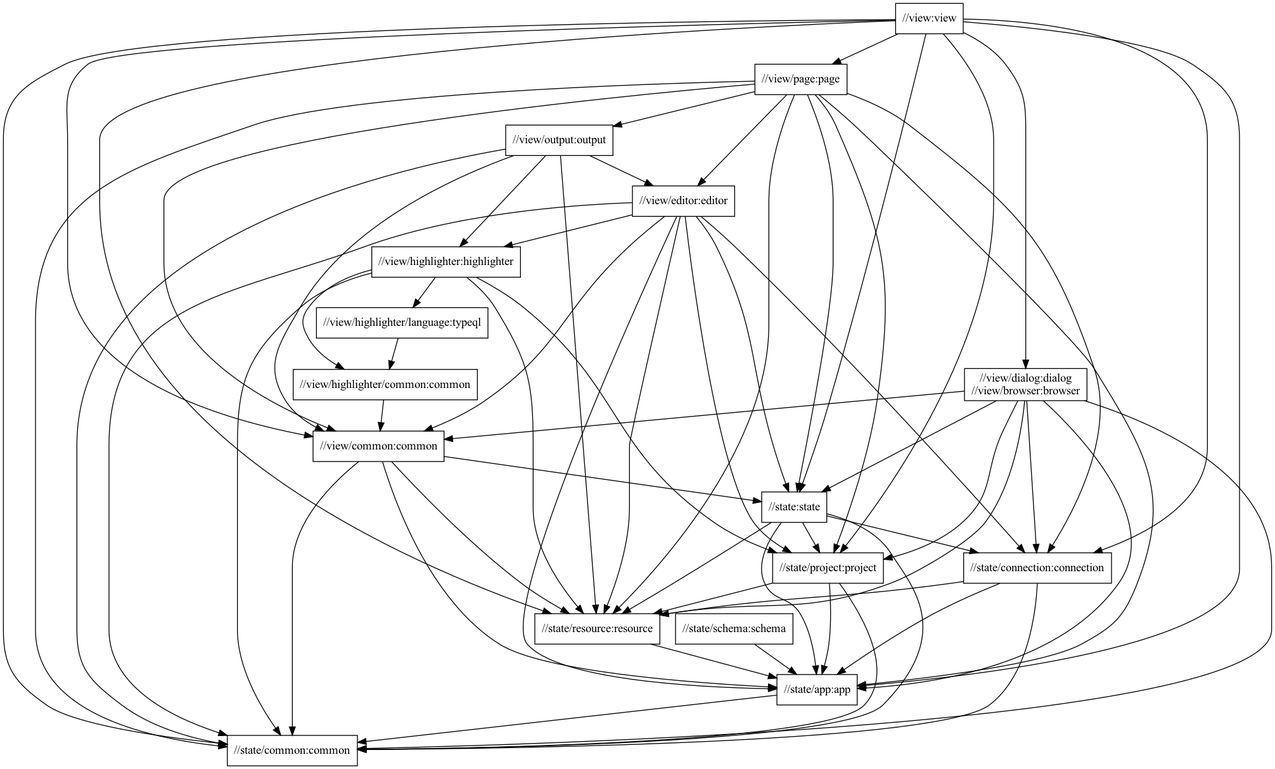
This is docs/global-package-structure.png from typedb/typedb-studio, a Graphviz export, as it was before one commit. Its source is kept beside it as docs/global-package-structure.dot.
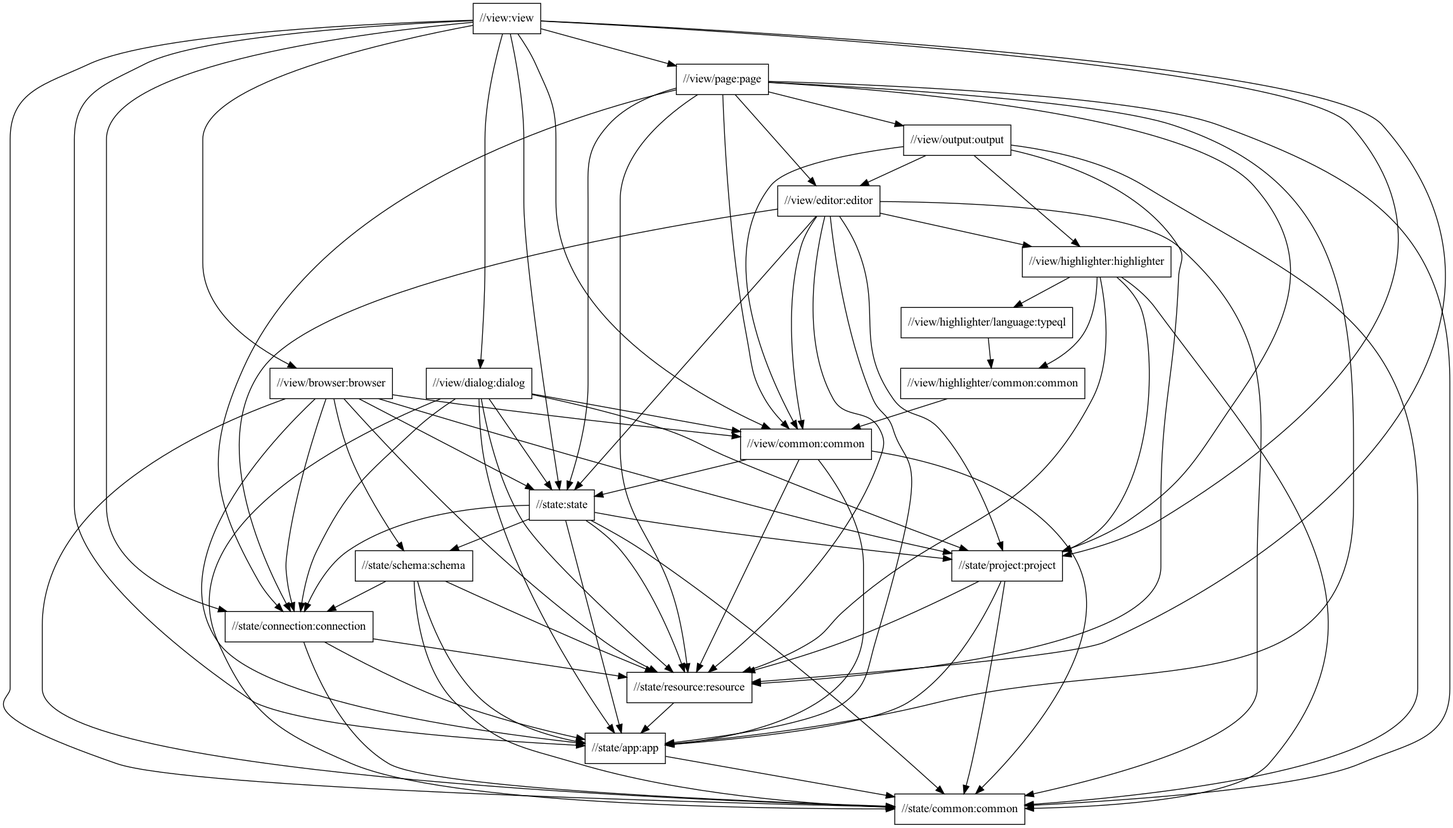
Above is the later version.

Change to the diagram source:
```diff
@@ -1,7 +1,5 @@
 digraph mygraph {
   node [shape=box];
-  "//state/schema:schema"
-  "//state/schema:schema" -> "//state/app:app"
   "//view:view"
   "//view:view" -> "//state:state"
   "//view:view" -> "//state/app:app"
@@ -9,9 +7,27 @@
   "//view:view" -> "//state/connection:connection"
   "//view:view" -> "//state/project:project"
   "//view:view" -> "//state/resource:resource"
-  "//view:view" -> "//view/dialog:dialog\n//view/browser:browser"
+  "//view:view" -> "//view/browser:browser"
   "//view:view" -> "//view/common:common"
+  "//view:view" -> "//view/dialog:dialog"
   "//view:view" -> "//view/page:page"
+  "//view/dialog:dialog"
+  "//view/dialog:dialog" -> "//state:state"
+  "//view/dialog:dialog" -> "//state/app:app"
+  "//view/dialog:dialog" -> "//state/common:common"
+  "//view/dialog:dialog" -> "//state/connection:connection"
+  "//view/dialog:dialog" -> "//state/project:project"
+  "//view/dialog:dialog" -> "//state/resource:resource"
+  "//view/dialog:dialog" -> "//view/common:common"
+  "//view/browser:browser"
+  "//view/browser:browser" -> "//state:state"
+  "//view/browser:browser" -> "//state/app:app"
+  "//view/browser:browser" -> "//state/common:common"
+  "//view/browser:browser" -> "//state/connection:connection"
+  "//view/browser:browser" -> "//state/project:project"
+  "//view/browser:browser" -> "//state/resource:resource"
+  "//view/browser:browser" -> "//state/schema:schema"
+  "//view/browser:browser" -> "//view/common:common"
   "//view/page:page"
   "//view/page:page" -> "//state:state"
   "//view/page:page" -> "//state/app:app"
@@ -47,14 +63,6 @@
   "//view/highlighter/language:typeql" -> "//view/highlighter/common:common"
   "//view/highlighter/common:common"
   "//view/highlighter/common:common" -> "//view/common:common"
-  "//view/dialog:dialog\n//view/browser:browser"
-  "//view/dialog:dialog\n//view/browser:browser" -> "//state:state"
-  "//view/dialog:dialog\n//view/browser:browser" -> "//state/app:app"
-  "//view/dialog:dialog\n//view/browser:browser" -> "//state/common:common"
-  "//view/dialog:dialog\n//view/browser:browser" -> "//state/connection:connection"
-  "//view/dialog:dialog\n//view/browser:browser" -> "//state/project:project"
-  "//view/dialog:dialog\n//view/browser:browser" -> "//state/resource:resource"
-  "//view/dialog:dialog\n//view/browser:browser" -> "//view/common:common"
   "//view/common:common"
   "//view/common:common" -> "//state/resource:resource"
   "//view/common:common" -> "//state/common:common"
@@ -66,6 +74,12 @@
   "//state:state" -> "//state/connection:connection"
   "//state:state" -> "//state/project:project"
   "//state:state" -> "//state/resource:resource"
+  "//state:state" -> "//state/schema:schema"
+  "//state/schema:schema"
+  "//state/schema:schema" -> "//state/app:app"
+  "//state/schema:schema" -> "//state/common:common"
+  "//state/schema:schema" -> "//state/connection:connection"
+  "//state/schema:schema" -> "//state/resource:resource"
   "//state/project:project"
   "//state/project:project" -> "//state/app:app"
   "//state/project:project" -> "//state/common:common"
```
